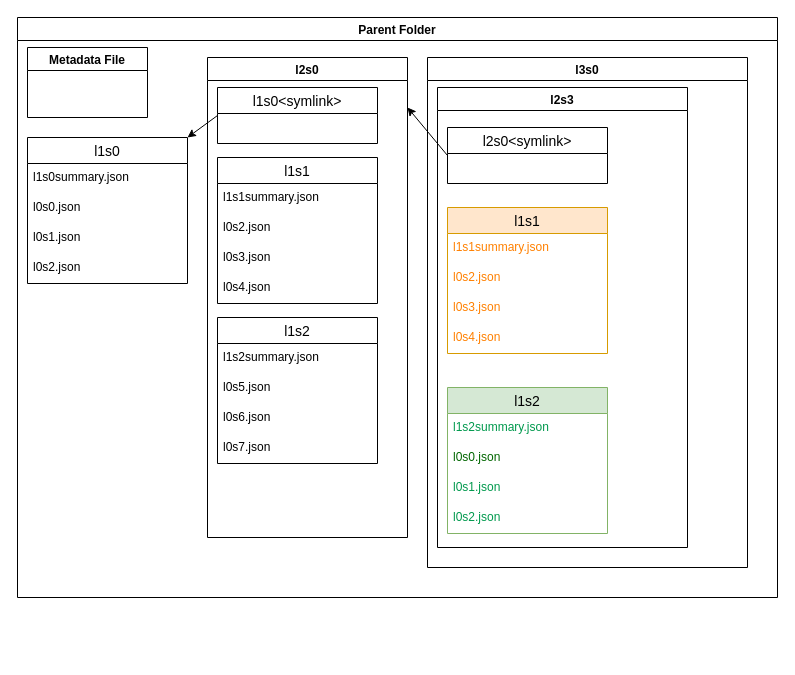
Earlier version of the draw.io diagram data_structures/zigguratDiskStructures/ZigguratPhysicalLevel0-3.drawio (adligo/papers.adligo.com). Source tidied: cells renumbered, new cells numbered last; positions are measured from the earlier drawing's top-left corner, leaving out a move shared by most shapes. Both pictures are drawn from the tidied source at 100%, with x=0, y=0 at pixel (17, 17).
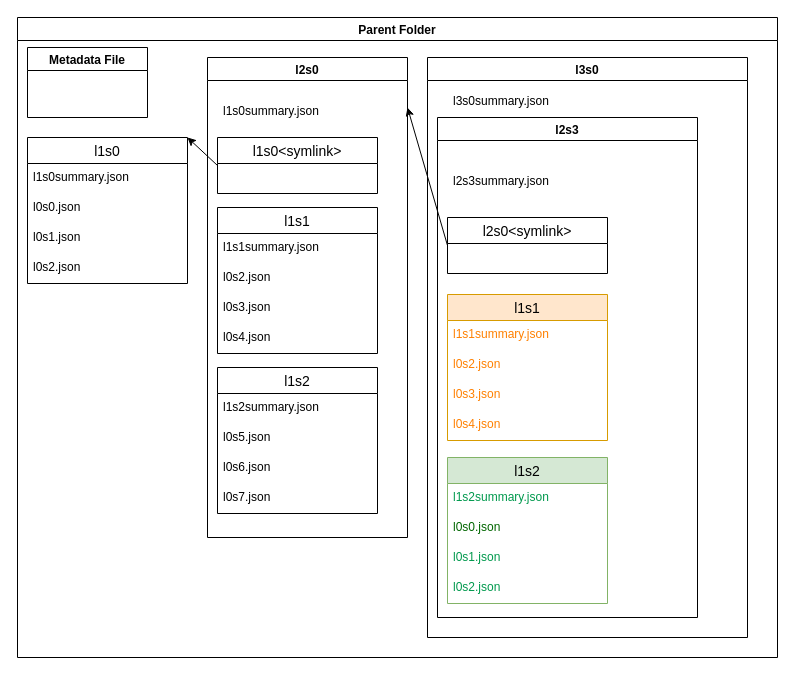
The same diagram, later.

The change refers to these unchanged cells:
```xml
<mxCell id="9" value="l2s0" style="swimlane;" parent="2" vertex="1">
  <mxGeometry x="190" y="40" width="200" height="480" as="geometry" />
</mxCell>
```

What changed in the source:
```diff
@@
     <mxCell id="2" value="Parent Folder" style="swimlane;" parent="1" vertex="1">
-      <mxGeometry width="760" height="580" as="geometry" />
+      <mxGeometry width="760" height="640" as="geometry" />
     </mxCell>
@@
     <mxCell id="10" value="l1s1" style="swimlane;fontStyle=0;horizontal=1;startSize=26;align=center;fontSize=14;" parent="9" vertex="1">
-      <mxGeometry x="10" y="100" width="160" height="146" as="geometry" />
+      <mxGeometry x="10" y="150" width="160" height="146" as="geometry" />
     </mxCell>
@@
     <mxCell id="15" value="l1s2" style="swimlane;fontStyle=0;horizontal=1;startSize=26;align=center;fontSize=14;" parent="9" vertex="1">
-      <mxGeometry x="10" y="260" width="160" height="146" as="geometry" />
+      <mxGeometry x="10" y="310" width="160" height="146" as="geometry" />
     </mxCell>
@@
     <mxCell id="20" value="l1s0&lt;symlink&gt;" style="swimlane;fontStyle=0;horizontal=1;startSize=26;align=center;fontSize=14;" parent="9" vertex="1">
-      <mxGeometry x="10" y="30" width="160" height="56" as="geometry" />
+      <mxGeometry x="10" y="80" width="160" height="56" as="geometry" />
     </mxCell>
+    <mxCell id="36" value="l1s0summary&lt;span style=&quot;background-color: initial;&quot;&gt;.json&lt;/span&gt;" style="text;strokeColor=none;fillColor=none;spacingLeft=4;spacingRight=4;overflow=hidden;fontSize=12;whiteSpace=wrap;html=1;" parent="9" vertex="1">
+      <mxGeometry x="10" y="40" width="160" height="30" as="geometry" />
+    </mxCell>
     <mxCell id="21" value="l3s0" style="swimlane;" parent="2" vertex="1">
-      <mxGeometry x="410" y="40" width="320" height="510" as="geometry" />
+      <mxGeometry x="410" y="40" width="320" height="580" as="geometry" />
     </mxCell>
     <mxCell id="22" value="l2s3" style="swimlane;" parent="21" vertex="1">
-      <mxGeometry x="10" y="30" width="250" height="460" as="geometry" />
+      <mxGeometry x="10" y="60" width="260" height="500" as="geometry" />
     </mxCell>
     <mxCell id="23" value="l1s1" style="swimlane;fontStyle=0;horizontal=1;startSize=26;align=center;fontSize=14;fillColor=#ffe6cc;strokeColor=#d79b00;" parent="22" vertex="1">
-      <mxGeometry x="10" y="120" width="160" height="146" as="geometry" />
+      <mxGeometry x="10" y="177" width="160" height="146" as="geometry" />
     </mxCell>
@@
     <mxCell id="28" value="l1s2" style="swimlane;fontStyle=0;horizontal=1;startSize=26;align=center;fontSize=14;fillColor=#d5e8d4;strokeColor=#82b366;" parent="22" vertex="1">
-      <mxGeometry x="10" y="300" width="160" height="146" as="geometry" />
+      <mxGeometry x="10" y="340" width="160" height="146" as="geometry" />
     </mxCell>
@@
     <mxCell id="33" value="l2s0&lt;symlink&gt;" style="swimlane;fontStyle=0;horizontal=1;startSize=26;align=center;fontSize=14;" parent="22" vertex="1">
-      <mxGeometry x="10" y="40" width="160" height="56" as="geometry" />
+      <mxGeometry x="10" y="100" width="160" height="56" as="geometry" />
     </mxCell>
+    <mxCell id="37" value="l2s3summary&lt;span style=&quot;background-color: initial;&quot;&gt;.json&lt;/span&gt;" style="text;strokeColor=none;fillColor=none;spacingLeft=4;spacingRight=4;overflow=hidden;fontSize=12;whiteSpace=wrap;html=1;" parent="22" vertex="1">
+      <mxGeometry x="10" y="50" width="160" height="30" as="geometry" />
+    </mxCell>
+    <mxCell id="38" value="l3s0summary&lt;span style=&quot;background-color: initial;&quot;&gt;.json&lt;/span&gt;" style="text;strokeColor=none;fillColor=none;spacingLeft=4;spacingRight=4;overflow=hidden;fontSize=12;whiteSpace=wrap;html=1;" parent="21" vertex="1">
+      <mxGeometry x="20" y="30" width="160" height="30" as="geometry" />
+    </mxCell>
```
